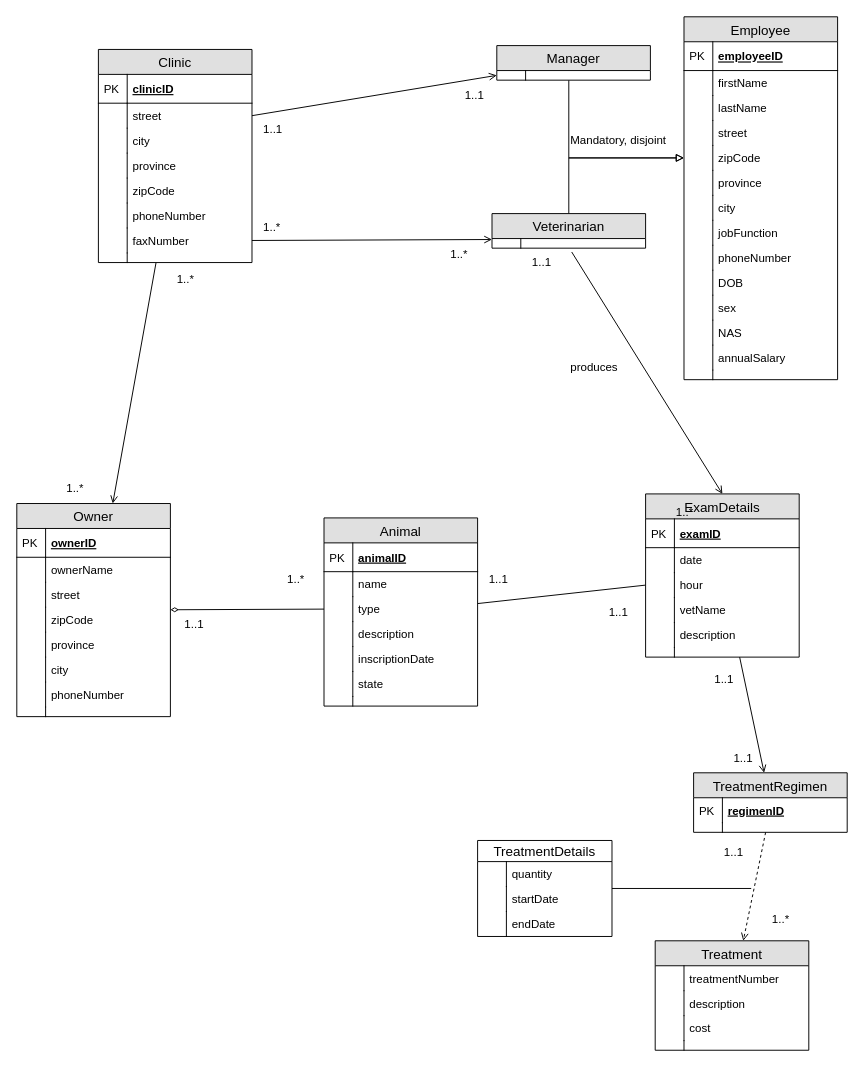
Before: tp5/tp5_UML.drawio in gabrielhv/INF3710, a draw.io diagram. Source tidied: cells renumbered, new cells numbered last; positions are measured from the earlier drawing's top-left corner, leaving out a move shared by most shapes. Both pictures are drawn from the tidied source at 96%, with x=0, y=0 at pixel (16, 16).
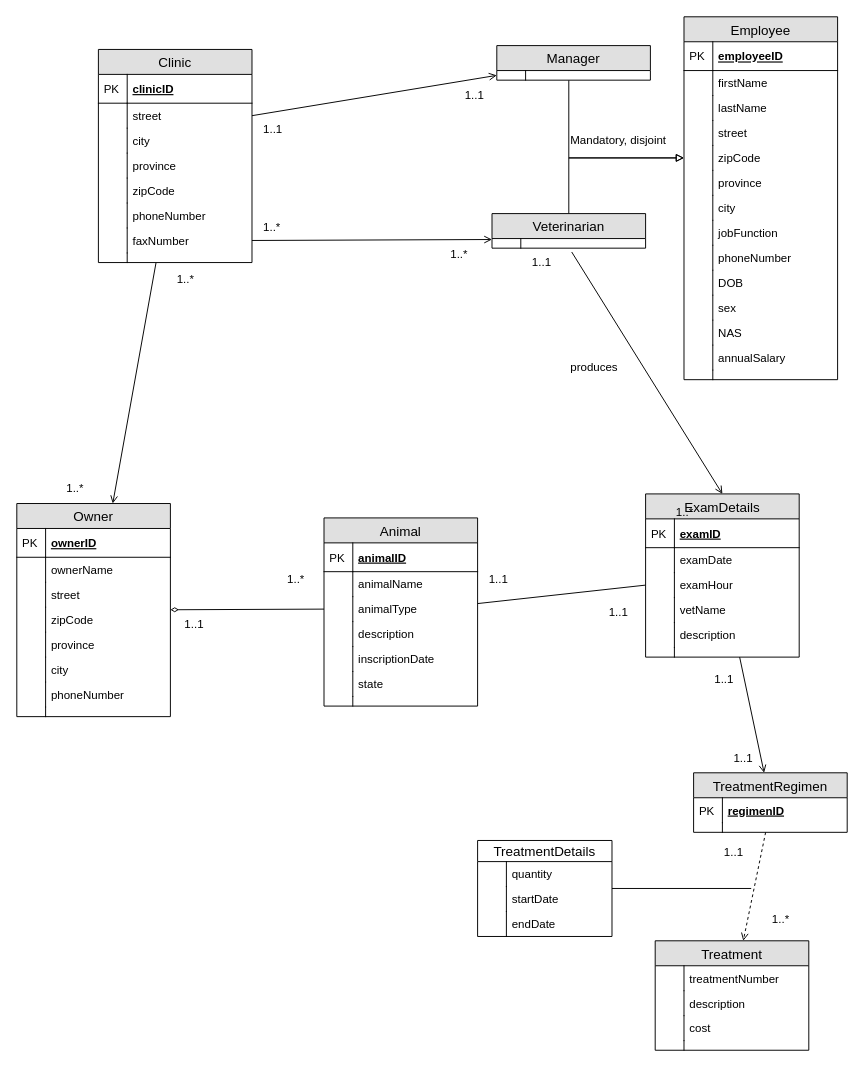
Above is the later version.

Unchanged cells that the change refers to:
```xml
<mxCell id="67" value="Animal" style="swimlane;fontStyle=0;horizontal=1;startSize=26;fillColor=#e0e0e0;swimlaneFillColor=#ffffff;align=center;fontSize=14;" parent="1" vertex="1">
  <mxGeometry x="320" y="522" width="160" height="196" as="geometry" />
</mxCell>
<mxCell id="83" value="ExamDetails" style="swimlane;fontStyle=0;horizontal=1;startSize=26;fillColor=#e0e0e0;swimlaneFillColor=#ffffff;align=center;fontSize=14;" parent="1" vertex="1">
  <mxGeometry x="655" y="497" width="160" height="170" as="geometry" />
</mxCell>
```

What changed in the source:
```diff
@@
-    <mxCell id="70" value="name" style="shape=partialRectangle;top=0;left=0;right=0;bottom=0;align=left;verticalAlign=top;fillColor=none;spacingLeft=34;spacingRight=4;overflow=hidden;fontSize=12;" parent="67" vertex="1">
+    <mxCell id="70" value="animalName" style="shape=partialRectangle;top=0;left=0;right=0;bottom=0;align=left;verticalAlign=top;fillColor=none;spacingLeft=34;spacingRight=4;overflow=hidden;fontSize=12;" parent="67" vertex="1">
       <mxGeometry y="56" width="160" height="26" as="geometry" />
     </mxCell>
@@
-    <mxCell id="72" value="type" style="shape=partialRectangle;top=0;left=0;right=0;bottom=0;align=left;verticalAlign=top;fillColor=none;spacingLeft=34;spacingRight=4;overflow=hidden;points=[[0,0.5],[1,0.5]];portConstraint=eastwest;fontSize=12;" parent="67" vertex="1">
+    <mxCell id="72" value="animalType" style="shape=partialRectangle;top=0;left=0;right=0;bottom=0;align=left;verticalAlign=top;fillColor=none;spacingLeft=34;spacingRight=4;overflow=hidden;points=[[0,0.5],[1,0.5]];portConstraint=eastwest;fontSize=12;" parent="67" vertex="1">
       <mxGeometry y="82" width="160" height="26" as="geometry" />
     </mxCell>
@@
-    <mxCell id="86" value="date" style="shape=partialRectangle;top=0;left=0;right=0;bottom=0;align=left;verticalAlign=top;fillColor=none;spacingLeft=34;spacingRight=4;overflow=hidden;fontSize=12;" parent="83" vertex="1">
+    <mxCell id="86" value="examDate" style="shape=partialRectangle;top=0;left=0;right=0;bottom=0;align=left;verticalAlign=top;fillColor=none;spacingLeft=34;spacingRight=4;overflow=hidden;fontSize=12;" parent="83" vertex="1">
       <mxGeometry y="56" width="160" height="26" as="geometry" />
     </mxCell>
@@
-    <mxCell id="88" value="hour" style="shape=partialRectangle;top=0;left=0;right=0;bottom=0;align=left;verticalAlign=top;fillColor=none;spacingLeft=34;spacingRight=4;overflow=hidden;points=[[0,0.5],[1,0.5]];portConstraint=eastwest;fontSize=12;" parent="83" vertex="1">
+    <mxCell id="88" value="examHour" style="shape=partialRectangle;top=0;left=0;right=0;bottom=0;align=left;verticalAlign=top;fillColor=none;spacingLeft=34;spacingRight=4;overflow=hidden;points=[[0,0.5],[1,0.5]];portConstraint=eastwest;fontSize=12;" parent="83" vertex="1">
       <mxGeometry y="82" width="160" height="26" as="geometry" />
     </mxCell>
```
